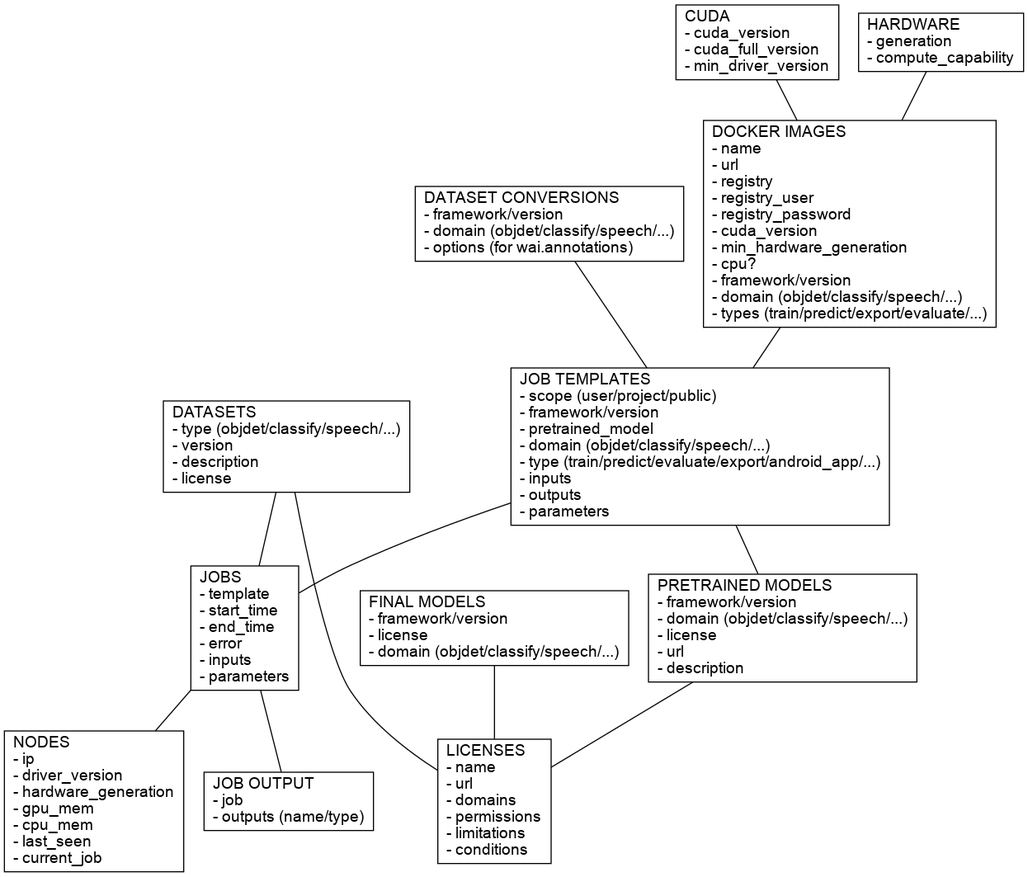
This is docs/img/api.png from waikato-ufdl/ufdl-api, a Graphviz export, as it was before one commit. Its source is kept beside it as docs/img/api.dot.
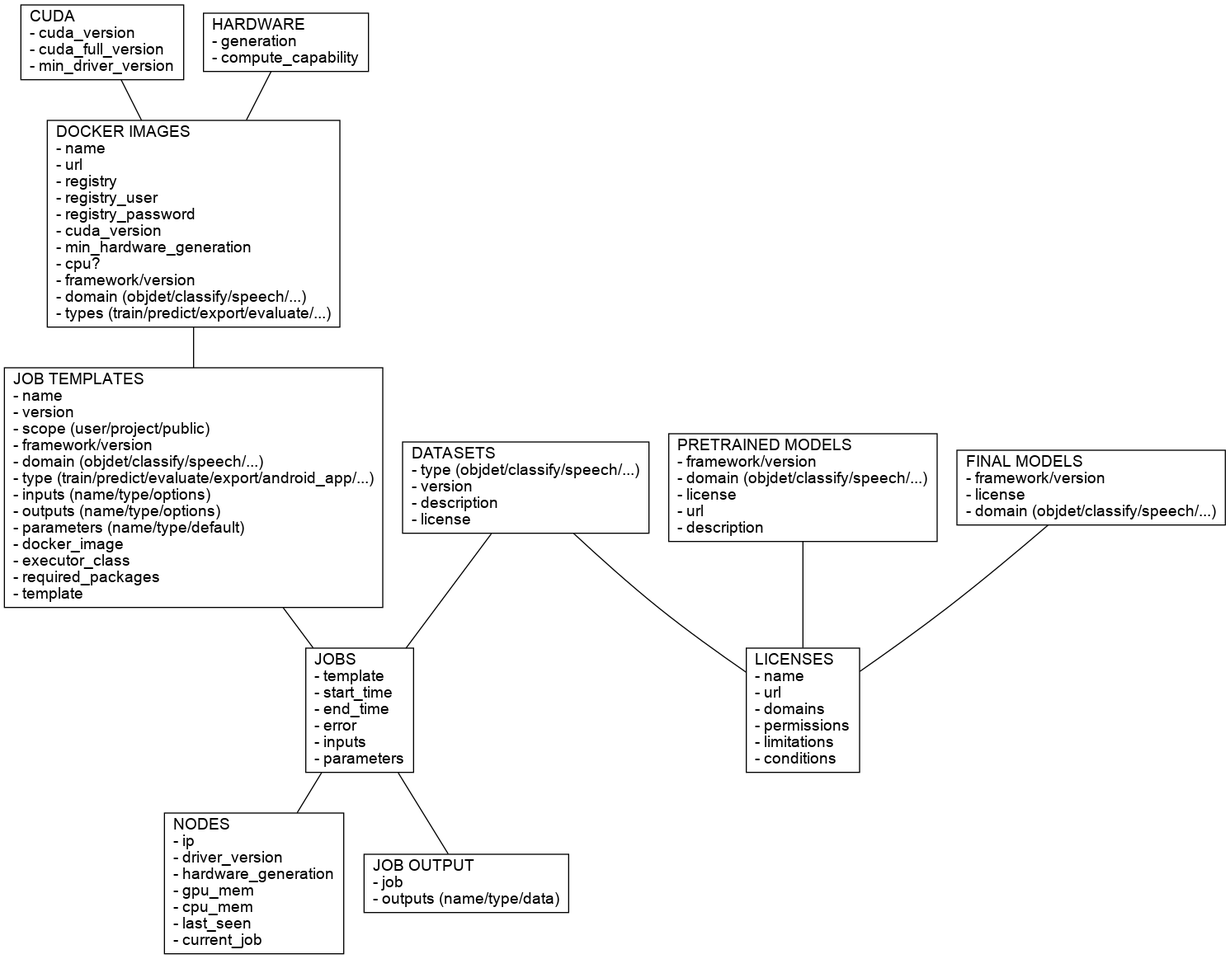
Later version of the same file.

Commit message:
updated api graph

Diff of the diagram source:
```diff
@@ -6,13 +6,12 @@
   hardware [label = "HARDWARE\l- generation\l- compute_capability"];
   licenses [label = "LICENSES\l- name\l- url\l- domains\l- permissions\l- limitations\l- conditions\l"];
   datasets [label = "DATASETS\l- type (objdet/classify/speech/...)\l- version\l- description\l- license\l"];
-  dataset_conversions [label = "DATASET CONVERSIONS\l- framework/version\l- domain (objdet/classify/speech/...)\l- options (for wai.annotations)\l"];
   pretrained_models [label = "PRETRAINED MODELS\l- framework/version\l- domain (objdet/classify/speech/...)\l- license\l- url\l- description\l"];
   final_models [label = "FINAL MODELS\l- framework/version\l- license\l- domain (objdet/classify/speech/...)"];
   nodes [label = "NODES\l- ip\l- driver_version\l- hardware_generation\l- gpu_mem\l- cpu_mem\l- last_seen\l- current_job\l"];
   jobs [label = "JOBS\l- template\l- start_time\l- end_time\l- error\l- inputs\l- parameters\l"];
-  job_templates [label = "JOB TEMPLATES\l- scope (user/project/public)\l- framework/version\l- pretrained_model\l- domain (objdet/classify/speech/...)\l- type (train/predict/evaluate/export/android_app/...)\l- inputs\l- outputs\l- parameters\l"];
-  job_output [label = "JOB OUTPUT\l- job\l- outputs (name/type)\l"];
+  job_templates [label = "JOB TEMPLATES\l- name\l- version\l- scope (user/project/public)\l- framework/version\l- domain (objdet/classify/speech/...)\l- type (train/predict/evaluate/export/android_app/...)\l- inputs (name/type/options)\l- outputs (name/type/options)\l- parameters (name/type/default)\l- docker_image\l- executor_class\l- required_packages\l- template\l"];
+  job_output [label = "JOB OUTPUT\l- job\l- outputs (name/type/data)\l"];
   docker_images [label = "DOCKER IMAGES\l- name\l- url\l- registry\l- registry_user\l- registry_password\l- cuda_version\l- min_hardware_generation\l- cpu?\l- framework/version\l- domain (objdet/classify/speech/...)\l- types (train/predict/export/evaluate/...)"];
 
   cuda -- docker_images;
@@ -25,6 +24,4 @@
   jobs -- job_output;
   jobs -- nodes;
   docker_images -- job_templates;
-  dataset_conversions -- job_templates;
-  job_templates -- pretrained_models;
 }
```
